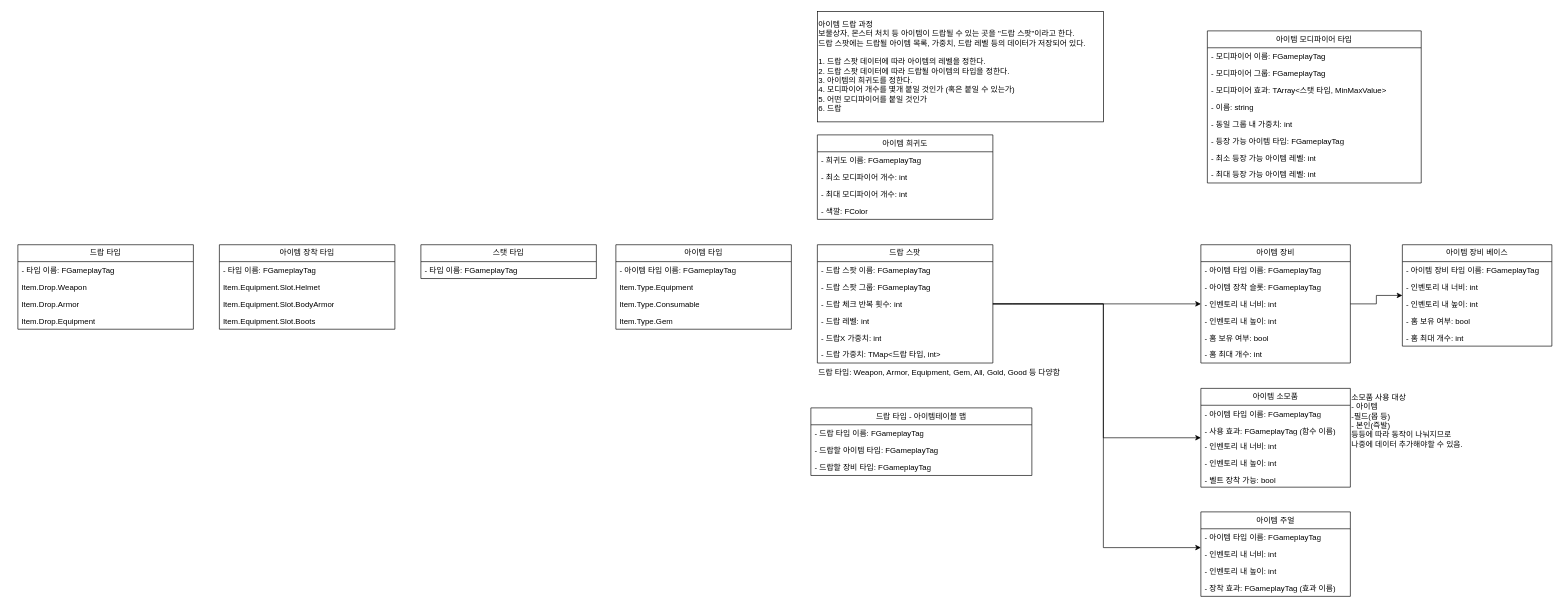
Before: ItemData.drawio in virtus2/prototype, a draw.io diagram. Source tidied: cells renumbered, new cells numbered last; positions are measured from the earlier drawing's top-left corner, leaving out a move shared by most shapes. Both pictures are drawn from the tidied source at 65%, with x=0, y=0 at pixel (18, 11).
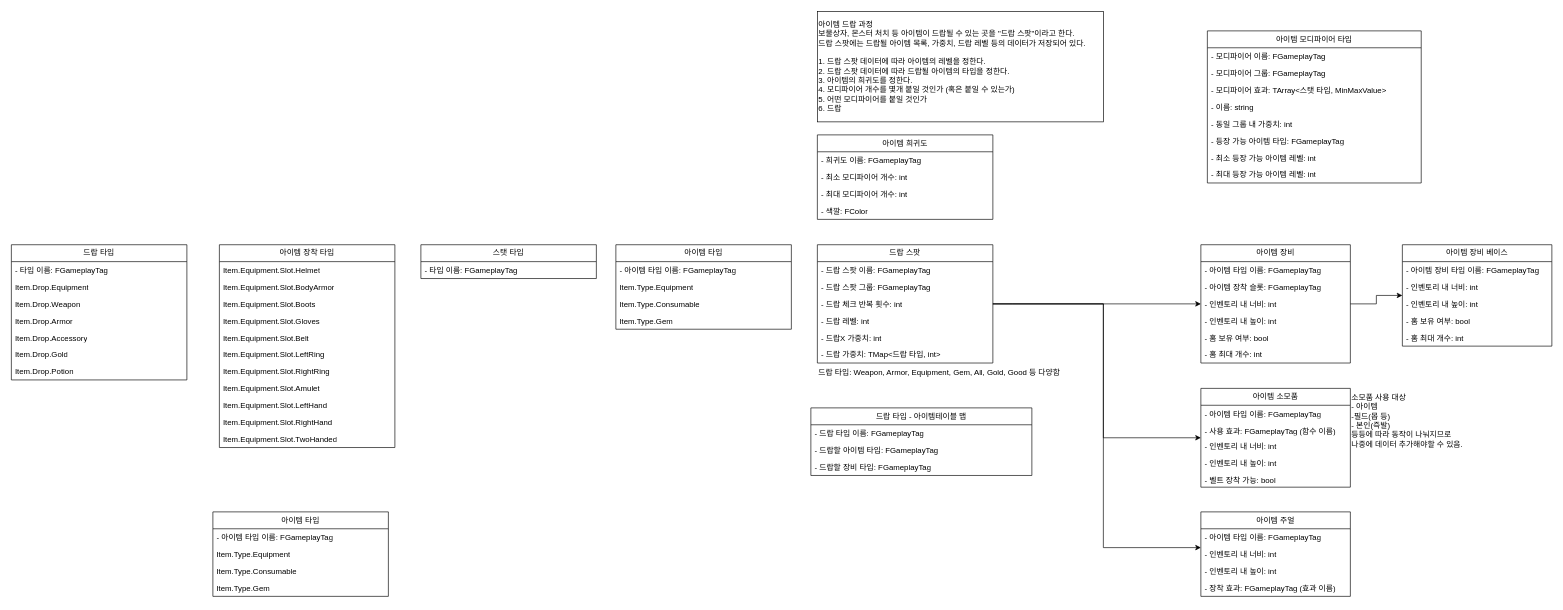
Above is the later version.

Commit message:
docs: 아이템 구조도 수정

What changed in the source:
```diff
@@
     <mxCell id="30" value="아이템 장착 타입" style="swimlane;fontStyle=0;horizontal=1;startSize=26;fillColor=none;whiteSpace=wrap;html=1;" parent="1" vertex="1">
-      <mxGeometry x="310" y="359" width="270" height="130" as="geometry" />
+      <mxGeometry x="310" y="359" width="270" height="312" as="geometry" />
     </mxCell>
-    <mxCell id="31" value="- 타입 이름: FGameplayTag" style="text;strokeColor=none;fillColor=none;align=left;verticalAlign=top;spacingLeft=4;spacingRight=4;overflow=hidden;whiteSpace=wrap;html=1;" parent="30" vertex="1">
-      <mxGeometry y="26" width="270" height="26" as="geometry" />
-    </mxCell>
     <mxCell id="32" value="Item.Equipment.Slot.Helmet" style="text;strokeColor=none;fillColor=none;align=left;verticalAlign=top;spacingLeft=4;spacingRight=4;overflow=hidden;whiteSpace=wrap;html=1;" parent="30" vertex="1">
-      <mxGeometry y="52" width="270" height="26" as="geometry" />
+      <mxGeometry y="26" width="270" height="26" as="geometry" />
     </mxCell>
     <mxCell id="33" value="Item.Equipment.Slot.BodyArmor" style="text;strokeColor=none;fillColor=none;align=left;verticalAlign=top;spacingLeft=4;spacingRight=4;overflow=hidden;whiteSpace=wrap;html=1;" parent="30" vertex="1">
-      <mxGeometry y="78" width="270" height="26" as="geometry" />
+      <mxGeometry y="52" width="270" height="26" as="geometry" />
     </mxCell>
     <mxCell id="34" value="Item.Equipment.Slot.Boots" style="text;strokeColor=none;fillColor=none;align=left;verticalAlign=top;spacingLeft=4;spacingRight=4;overflow=hidden;whiteSpace=wrap;html=1;" parent="30" vertex="1">
-      <mxGeometry y="104" width="270" height="26" as="geometry" />
+      <mxGeometry y="78" width="270" height="26" as="geometry" />
     </mxCell>
+    <mxCell id="75" value="Item.Equipment.Slot.Gloves" style="text;strokeColor=none;fillColor=none;align=left;verticalAlign=top;spacingLeft=4;spacingRight=4;overflow=hidden;whiteSpace=wrap;html=1;" parent="30" vertex="1">
+      <mxGeometry y="104" width="270" height="26" as="geometry" />
+    </mxCell>
+    <mxCell id="76" value="Item.Equipment.Slot.Belt" style="text;strokeColor=none;fillColor=none;align=left;verticalAlign=top;spacingLeft=4;spacingRight=4;overflow=hidden;whiteSpace=wrap;html=1;" parent="30" vertex="1">
+      <mxGeometry y="130" width="270" height="26" as="geometry" />
+    </mxCell>
+    <mxCell id="77" value="Item.Equipment.Slot.LeftRing" style="text;strokeColor=none;fillColor=none;align=left;verticalAlign=top;spacingLeft=4;spacingRight=4;overflow=hidden;whiteSpace=wrap;html=1;" parent="30" vertex="1">
+      <mxGeometry y="156" width="270" height="26" as="geometry" />
+    </mxCell>
+    <mxCell id="78" value="Item.Equipment.Slot.RightRing" style="text;strokeColor=none;fillColor=none;align=left;verticalAlign=top;spacingLeft=4;spacingRight=4;overflow=hidden;whiteSpace=wrap;html=1;" parent="30" vertex="1">
+      <mxGeometry y="182" width="270" height="26" as="geometry" />
+    </mxCell>
+    <mxCell id="79" value="Item.Equipment.Slot.Amulet" style="text;strokeColor=none;fillColor=none;align=left;verticalAlign=top;spacingLeft=4;spacingRight=4;overflow=hidden;whiteSpace=wrap;html=1;" parent="30" vertex="1">
+      <mxGeometry y="208" width="270" height="26" as="geometry" />
+    </mxCell>
+    <mxCell id="80" value="Item.Equipment.Slot.LeftHand" style="text;strokeColor=none;fillColor=none;align=left;verticalAlign=top;spacingLeft=4;spacingRight=4;overflow=hidden;whiteSpace=wrap;html=1;" parent="30" vertex="1">
+      <mxGeometry y="234" width="270" height="26" as="geometry" />
+    </mxCell>
+    <mxCell id="81" value="Item.Equipment.Slot.RightHand" style="text;strokeColor=none;fillColor=none;align=left;verticalAlign=top;spacingLeft=4;spacingRight=4;overflow=hidden;whiteSpace=wrap;html=1;" parent="30" vertex="1">
+      <mxGeometry y="260" width="270" height="26" as="geometry" />
+    </mxCell>
+    <mxCell id="82" value="Item.Equipment.Slot.TwoHanded" style="text;strokeColor=none;fillColor=none;align=left;verticalAlign=top;spacingLeft=4;spacingRight=4;overflow=hidden;whiteSpace=wrap;html=1;" parent="30" vertex="1">
+      <mxGeometry y="286" width="270" height="26" as="geometry" />
+    </mxCell>
@@
     <mxCell id="59" value="드랍 타입" style="swimlane;fontStyle=0;horizontal=1;startSize=26;fillColor=none;whiteSpace=wrap;html=1;" parent="1" vertex="1">
-      <mxGeometry y="359" width="270" height="130" as="geometry" />
+      <mxGeometry x="-10" y="359" width="270" height="208" as="geometry" />
     </mxCell>
@@
+    <mxCell id="63" value="Item.Drop.Equipment" style="text;strokeColor=none;fillColor=none;align=left;verticalAlign=top;spacingLeft=4;spacingRight=4;overflow=hidden;whiteSpace=wrap;html=1;" parent="59" vertex="1">
+      <mxGeometry y="52" width="270" height="26" as="geometry" />
+    </mxCell>
     <mxCell id="61" value="Item.Drop.Weapon" style="text;strokeColor=none;fillColor=none;align=left;verticalAlign=top;spacingLeft=4;spacingRight=4;overflow=hidden;whiteSpace=wrap;html=1;" parent="59" vertex="1">
-      <mxGeometry y="52" width="270" height="26" as="geometry" />
+      <mxGeometry y="78" width="270" height="26" as="geometry" />
     </mxCell>
     <mxCell id="62" value="Item.Drop.Armor" style="text;strokeColor=none;fillColor=none;align=left;verticalAlign=top;spacingLeft=4;spacingRight=4;overflow=hidden;whiteSpace=wrap;html=1;" parent="59" vertex="1">
-      <mxGeometry y="78" width="270" height="26" as="geometry" />
+      <mxGeometry y="104" width="270" height="26" as="geometry" />
     </mxCell>
-    <mxCell id="63" value="Item.Drop.Equipment" style="text;strokeColor=none;fillColor=none;align=left;verticalAlign=top;spacingLeft=4;spacingRight=4;overflow=hidden;whiteSpace=wrap;html=1;" parent="59" vertex="1">
-      <mxGeometry y="104" width="270" height="26" as="geometry" />
-    </mxCell>
+    <mxCell id="83" value="Item.Drop.Accessory" style="text;strokeColor=none;fillColor=none;align=left;verticalAlign=top;spacingLeft=4;spacingRight=4;overflow=hidden;whiteSpace=wrap;html=1;" parent="59" vertex="1">
+      <mxGeometry y="130" width="270" height="26" as="geometry" />
+    </mxCell>
+    <mxCell id="84" value="Item.Drop.Gold" style="text;strokeColor=none;fillColor=none;align=left;verticalAlign=top;spacingLeft=4;spacingRight=4;overflow=hidden;whiteSpace=wrap;html=1;" parent="59" vertex="1">
+      <mxGeometry y="156" width="270" height="26" as="geometry" />
+    </mxCell>
+    <mxCell id="85" value="Item.Drop.Potion" style="text;strokeColor=none;fillColor=none;align=left;verticalAlign=top;spacingLeft=4;spacingRight=4;overflow=hidden;whiteSpace=wrap;html=1;" parent="59" vertex="1">
+      <mxGeometry y="182" width="270" height="26" as="geometry" />
+    </mxCell>
@@
+    <mxCell id="86" value="아이템 타입" style="swimlane;fontStyle=0;horizontal=1;startSize=26;fillColor=none;whiteSpace=wrap;html=1;" parent="1" vertex="1">
+      <mxGeometry x="300" y="770" width="270" height="130" as="geometry" />
+    </mxCell>
+    <mxCell id="87" value="- 아이템 타입 이름: FGameplayTag&lt;br&gt;" style="text;strokeColor=none;fillColor=none;align=left;verticalAlign=top;spacingLeft=4;spacingRight=4;overflow=hidden;whiteSpace=wrap;html=1;" parent="86" vertex="1">
+      <mxGeometry y="26" width="270" height="26" as="geometry" />
+    </mxCell>
+    <mxCell id="88" value="Item.Type.Equipment" style="text;strokeColor=none;fillColor=none;align=left;verticalAlign=top;spacingLeft=4;spacingRight=4;overflow=hidden;whiteSpace=wrap;html=1;" parent="86" vertex="1">
+      <mxGeometry y="52" width="270" height="26" as="geometry" />
+    </mxCell>
+    <mxCell id="89" value="Item.Type.Consumable" style="text;strokeColor=none;fillColor=none;align=left;verticalAlign=top;spacingLeft=4;spacingRight=4;overflow=hidden;whiteSpace=wrap;html=1;" parent="86" vertex="1">
+      <mxGeometry y="78" width="270" height="26" as="geometry" />
+    </mxCell>
+    <mxCell id="90" value="Item.Type.Gem" style="text;strokeColor=none;fillColor=none;align=left;verticalAlign=top;spacingLeft=4;spacingRight=4;overflow=hidden;whiteSpace=wrap;html=1;" parent="86" vertex="1">
+      <mxGeometry y="104" width="270" height="26" as="geometry" />
+    </mxCell>
```
